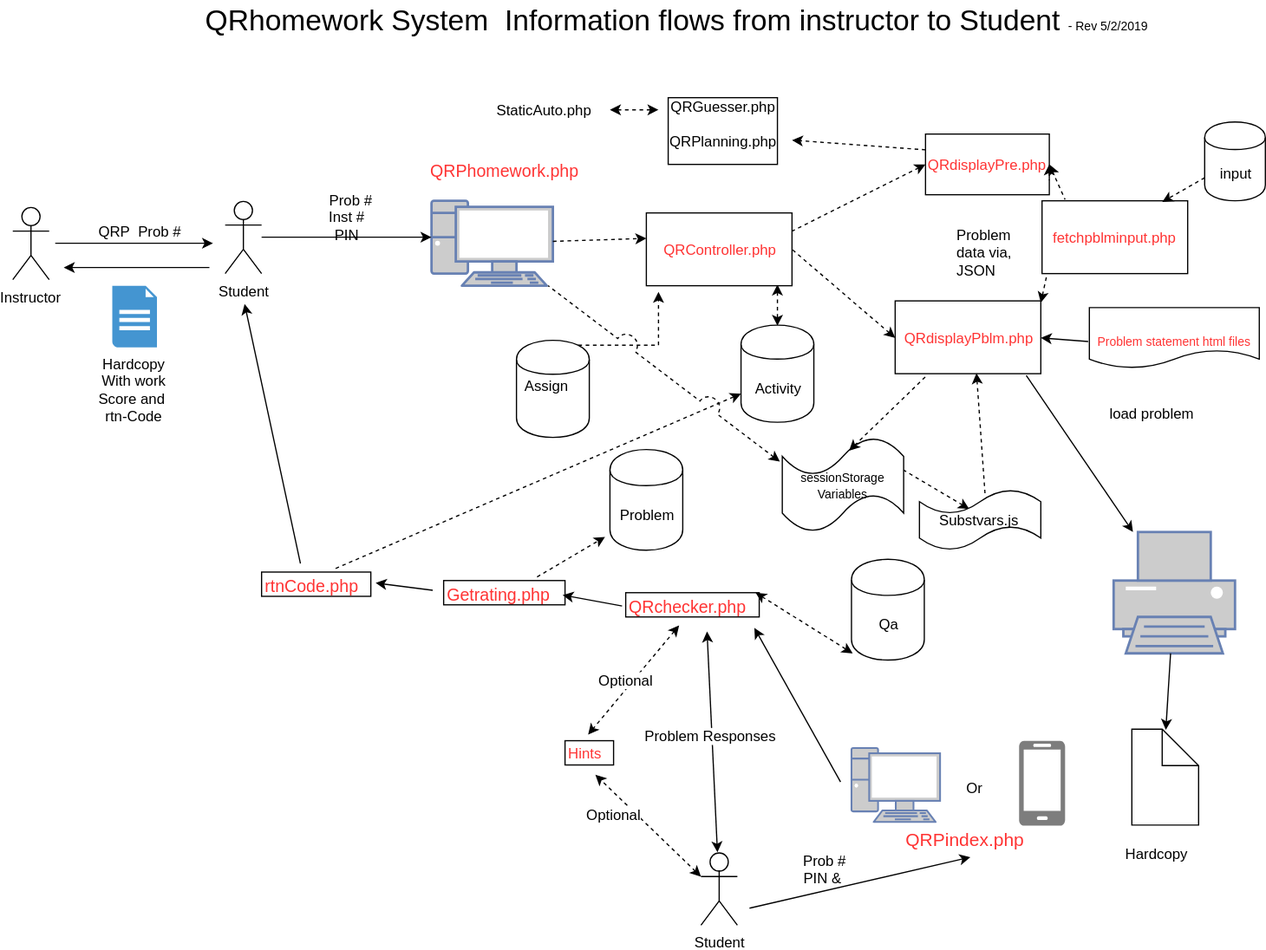
The draw.io diagram Documentation/QRproblem flow.svg in gwagnerj/QRP, before a commit. Source tidied: cells renumbered, new cells last; positions are measured from the earlier drawing's top-left corner, leaving out a move shared by most shapes.
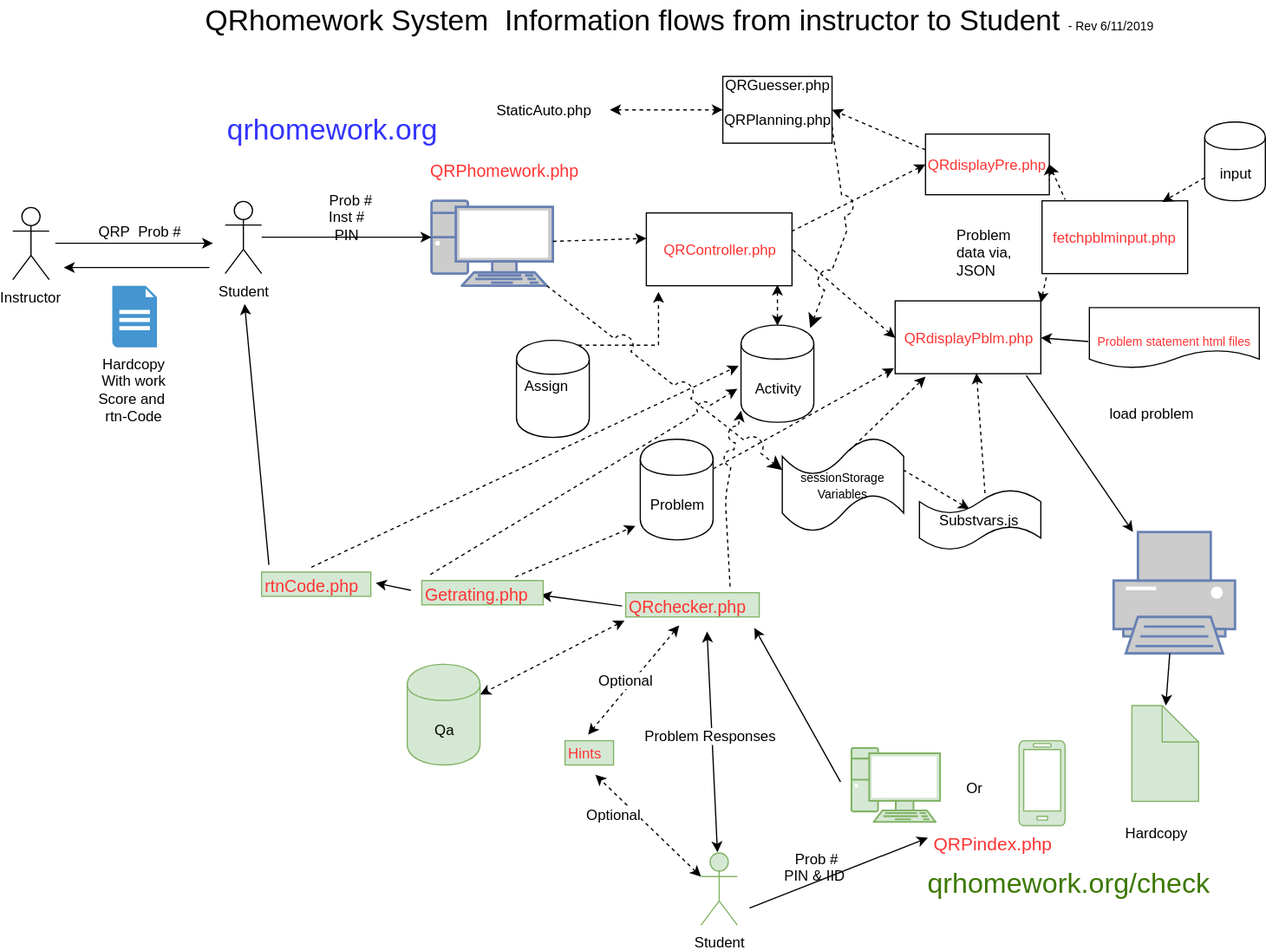
The same diagram one commit later.

Commit message:
Updated Homework system drawing

Change to the diagram source:
```diff
@@ -66,33 +66,30 @@
       <mxGeometry x="907" y="438" width="100" height="100" as="geometry" />
     </mxCell>
     <mxCell id="19" value="Hardcopy" style="text;html=1;align=left;verticalAlign=top;spacingTop=-4;" parent="1" vertex="1">
-      <mxGeometry x="914.5" y="694" width="70" height="20" as="geometry" />
+      <mxGeometry x="914.5" y="677" width="70" height="20" as="geometry" />
     </mxCell>
-    <mxCell id="20" style="shape=note;whiteSpace=wrap;html=1;backgroundOutline=1;" parent="1" vertex="1">
-      <mxGeometry x="922" y="600.5" width="55" height="79" as="geometry" />
+    <mxCell id="20" style="shape=note;whiteSpace=wrap;html=1;backgroundOutline=1;fillColor=#d5e8d4;strokeColor=#82b366;" parent="1" vertex="1">
+      <mxGeometry x="922" y="581" width="55" height="79" as="geometry" />
     </mxCell>
-    <mxCell id="21" style="shadow=0;dashed=0;html=1;strokeColor=none;labelPosition=center;verticalLabelPosition=bottom;verticalAlign=top;align=center;shape=mxgraph.azure.mobile;fillColor=#7D7D7D;" parent="1" vertex="1">
+    <mxCell id="21" style="shadow=0;dashed=0;html=1;strokeColor=#82b366;labelPosition=center;verticalLabelPosition=bottom;verticalAlign=top;align=center;shape=mxgraph.azure.mobile;fillColor=#d5e8d4;" parent="1" vertex="1">
       <mxGeometry x="829" y="610" width="38" height="70" as="geometry" />
     </mxCell>
-    <mxCell id="22" style="fontColor=#0066CC;verticalAlign=top;verticalLabelPosition=bottom;labelPosition=center;align=center;html=1;fillColor=#CCCCCC;strokeColor=#6881B3;gradientColor=none;gradientDirection=north;strokeWidth=2;shape=mxgraph.networks.pc;" parent="1" vertex="1">
+    <mxCell id="22" style="verticalAlign=top;verticalLabelPosition=bottom;labelPosition=center;align=center;html=1;fillColor=#d5e8d4;strokeColor=#82b366;gradientDirection=north;strokeWidth=2;shape=mxgraph.networks.pc;" parent="1" vertex="1">
       <mxGeometry x="691" y="616" width="73" height="61" as="geometry" />
     </mxCell>
     <mxCell id="23" value="Or" style="text;html=1;align=left;verticalAlign=top;spacingTop=-4;" parent="1" vertex="1">
       <mxGeometry x="784" y="640" width="30" height="20" as="geometry" />
     </mxCell>
-    <mxCell id="24" value="&lt;font style=&quot;font-size: 15px&quot; color=&quot;#ff3333&quot;&gt;QRPindex.php&lt;/font&gt;" style="text;html=1;points=[];align=left;verticalAlign=top;spacingTop=-4;" parent="1" vertex="1">
-      <mxGeometry x="734" y="680" width="110" height="20" as="geometry" />
-    </mxCell>
-    <mxCell id="25" value="&amp;nbsp;Prob #&lt;br&gt;PIN &amp;amp;" style="text;html=1;strokeColor=none;fillColor=none;align=center;verticalAlign=middle;whiteSpace=wrap;rounded=0;" parent="1" vertex="1">
-      <mxGeometry x="644" y="704" width="47" height="23" as="geometry" />
+    <mxCell id="25" value="&amp;nbsp;Prob #&lt;br&gt;PIN &amp;amp; IID" style="text;html=1;strokeColor=none;fillColor=none;align=center;verticalAlign=middle;whiteSpace=wrap;rounded=0;" parent="1" vertex="1">
+      <mxGeometry x="600" y="702" width="120" height="23" as="geometry" />
     </mxCell>
-    <mxCell id="26" value="&lt;font style=&quot;font-size: 14px&quot; color=&quot;#ff3333&quot;&gt;QRchecker.php&lt;/font&gt;" style="text;html=1;points=[];align=left;verticalAlign=top;spacingTop=-4;strokeColor=#000000;strokeWidth=1;" parent="1" vertex="1">
+    <mxCell id="26" value="&lt;font style=&quot;font-size: 14px&quot; color=&quot;#ff3333&quot;&gt;QRchecker.php&lt;/font&gt;" style="text;html=1;points=[];align=left;verticalAlign=top;spacingTop=-4;strokeColor=#82b366;strokeWidth=1;fillColor=#d5e8d4;" parent="1" vertex="1">
       <mxGeometry x="505" y="488" width="110" height="20" as="geometry" />
     </mxCell>
-    <mxCell id="27" value="&lt;font style=&quot;font-size: 14px&quot; color=&quot;#ff3333&quot;&gt;rtnCode.php&lt;/font&gt;" style="text;html=1;points=[];align=left;verticalAlign=top;spacingTop=-4;strokeColor=#000000;strokeWidth=1;" parent="1" vertex="1">
+    <mxCell id="27" value="&lt;font style=&quot;font-size: 14px&quot; color=&quot;#ff3333&quot;&gt;rtnCode.php&lt;/font&gt;" style="text;html=1;points=[];align=left;verticalAlign=top;spacingTop=-4;strokeColor=#82b366;strokeWidth=1;fillColor=#d5e8d4;" parent="1" vertex="1">
       <mxGeometry x="205" y="471" width="90" height="20" as="geometry" />
     </mxCell>
-    <mxCell id="28" value="&lt;font color=&quot;#ff3333&quot;&gt;Hints&lt;/font&gt;" style="text;html=1;points=[];align=left;verticalAlign=top;spacingTop=-4;strokeColor=#000000;" parent="1" vertex="1">
+    <mxCell id="28" value="&lt;font color=&quot;#ff3333&quot;&gt;Hints&lt;/font&gt;" style="text;html=1;points=[];align=left;verticalAlign=top;spacingTop=-4;strokeColor=#82b366;fillColor=#d5e8d4;" parent="1" vertex="1">
       <mxGeometry x="455" y="610" width="40" height="20" as="geometry" />
     </mxCell>
     <mxCell id="29" style="endArrow=classic;startArrow=classic;html=1;exitX=0.4;exitY=1.35;exitPerimeter=0;dashed=1;entryX=0.475;entryY=-0.25;entryDx=0;entryDy=0;entryPerimeter=0;" parent="1" edge="1" source="26" target="28">
@@ -118,7 +115,7 @@
     <mxCell id="35" value="load problem" style="text;html=1;align=left;verticalAlign=top;spacingTop=-4;" parent="1" vertex="1">
       <mxGeometry x="902" y="330.5" width="80" height="20" as="geometry" />
     </mxCell>
-    <mxCell id="36" style="endArrow=classic;html=1;exitX=0.356;exitY=-0.35;exitDx=0;exitDy=0;exitPerimeter=0;" parent="1" edge="1" source="27">
+    <mxCell id="36" style="endArrow=classic;html=1;exitX=0.067;exitY=-0.3;exitDx=0;exitDy=0;exitPerimeter=0;" parent="1" edge="1" source="27">
       <mxGeometry relative="1" as="geometry">
         <mxPoint x="191" y="250" as="targetPoint" />
       </mxGeometry>
@@ -134,10 +131,8 @@
         <mxPoint x="682" y="644" as="sourcePoint" />
       </mxGeometry>
     </mxCell>
-    <mxCell id="39" style="endArrow=classic;startArrow=classic;html=1;entryX=0.017;entryY=0.928;entryDx=0;entryDy=0;dashed=1;entryPerimeter=0;" parent="1" edge="1" target="57">
-      <mxGeometry relative="1" as="geometry">
-        <mxPoint x="612" y="488" as="sourcePoint" />
-      </mxGeometry>
+    <mxCell id="39" style="endArrow=classic;startArrow=classic;html=1;entryX=1;entryY=0.3;entryDx=0;entryDy=0;dashed=1;exitX=-0.005;exitY=1.15;exitDx=0;exitDy=0;exitPerimeter=0;" parent="1" edge="1" source="26" target="57">
+      <mxGeometry relative="1" as="geometry" />
     </mxCell>
     <mxCell id="40" style="endArrow=classic;html=1;startArrow=classic;startFill=1;" parent="1" edge="1" source="72">
       <mxGeometry relative="1" as="geometry">
@@ -162,7 +157,7 @@
     <mxCell id="46" style="edgeStyle=none;rounded=0;jettySize=auto;html=1;exitX=1;exitY=0.025;exitDx=0;exitDy=0;entryX=0.033;entryY=1.017;entryDx=0;entryDy=0;entryPerimeter=0;dashed=1;startArrow=classic;startFill=1;endArrow=none;endFill=0;exitPerimeter=0;" parent="1" edge="1" source="49" target="32">
       <mxGeometry relative="1" as="geometry" />
     </mxCell>
-    <mxCell id="47" style="edgeStyle=none;rounded=0;jettySize=auto;html=1;exitX=0;exitY=0.5;exitDx=0;exitDy=0;entryX=1;entryY=0.5;entryDx=0;entryDy=0;dashed=1;startArrow=classic;startFill=1;endArrow=none;endFill=0;" parent="1" edge="1" source="49" target="44">
+    <mxCell id="47" style="edgeStyle=none;rounded=0;jettySize=auto;html=1;exitX=0;exitY=0.5;exitDx=0;exitDy=0;entryX=1;entryY=0.5;entryDx=0;entryDy=0;dashed=1;startArrow=classic;startFill=1;endArrow=none;endFill=0;jumpStyle=arc;jumpSize=10;" parent="1" edge="1" source="49" target="44">
       <mxGeometry relative="1" as="geometry" />
     </mxCell>
     <mxCell id="48" style="rounded=0;jettySize=auto;html=1;exitX=1;exitY=0.5;exitDx=0;exitDy=0;startArrow=classic;startFill=1;endArrow=none;endFill=0;entryX=-0.043;entryY=0.35;entryDx=0;entryDy=0;entryPerimeter=0;" parent="1" edge="1" source="49" target="11">
@@ -171,16 +166,14 @@
     <mxCell id="49" value="&lt;span&gt;&lt;font color=&quot;#ff3333&quot;&gt;QRdisplayPblm.php&lt;/font&gt;&lt;/span&gt;&lt;br&gt;" style="rounded=0;whiteSpace=wrap;html=1;" parent="1" vertex="1">
       <mxGeometry x="727" y="247.5" width="120" height="60" as="geometry" />
     </mxCell>
-    <mxCell id="50" style="edgeStyle=none;rounded=0;jettySize=auto;html=1;exitX=0;exitY=0.5;exitDx=0;exitDy=0;entryX=1;entryY=0.25;entryDx=0;entryDy=0;dashed=1;startArrow=classic;startFill=1;endArrow=none;endFill=0;" parent="1" edge="1" source="53" target="44">
+    <mxCell id="50" style="edgeStyle=none;rounded=0;jettySize=auto;html=1;exitX=0;exitY=0.5;exitDx=0;exitDy=0;entryX=1;entryY=0.25;entryDx=0;entryDy=0;dashed=1;startArrow=classic;startFill=1;endArrow=none;endFill=0;jumpStyle=arc;jumpSize=15;" parent="1" edge="1" source="53" target="44">
       <mxGeometry relative="1" as="geometry" />
     </mxCell>
     <mxCell id="51" style="edgeStyle=none;rounded=0;jettySize=auto;html=1;exitX=1;exitY=0.5;exitDx=0;exitDy=0;entryX=0.158;entryY=-0.017;entryDx=0;entryDy=0;entryPerimeter=0;dashed=1;startArrow=classic;startFill=1;endArrow=none;endFill=0;" parent="1" edge="1" source="53" target="32">
       <mxGeometry relative="1" as="geometry" />
     </mxCell>
-    <mxCell id="52" style="edgeStyle=none;rounded=0;jettySize=auto;html=1;exitX=0;exitY=0.25;exitDx=0;exitDy=0;dashed=1;startArrow=none;startFill=0;endArrow=classic;endFill=1;" parent="1" edge="1" source="53">
-      <mxGeometry relative="1" as="geometry">
-        <mxPoint x="642" y="115" as="targetPoint" />
-      </mxGeometry>
+    <mxCell id="52" style="edgeStyle=none;rounded=0;jettySize=auto;html=1;exitX=0;exitY=0.25;exitDx=0;exitDy=0;dashed=1;startArrow=none;startFill=0;endArrow=classic;endFill=1;entryX=1;entryY=0.5;entryDx=0;entryDy=0;" parent="1" edge="1" source="53" target="63">
+      <mxGeometry relative="1" as="geometry" />
     </mxCell>
     <mxCell id="53" value="&lt;span&gt;&lt;font color=&quot;#ff3333&quot;&gt;QRdisplayPre.php&lt;/font&gt;&lt;/span&gt;&lt;br&gt;" style="rounded=0;whiteSpace=wrap;html=1;" parent="1" vertex="1">
       <mxGeometry x="752" y="110" width="102" height="50" as="geometry" />
@@ -194,34 +187,32 @@
     <mxCell id="56" value="input" style="shape=cylinder;whiteSpace=wrap;html=1;boundedLbl=1;backgroundOutline=1;" parent="1" vertex="1">
       <mxGeometry x="982" y="100" width="50" height="65" as="geometry" />
     </mxCell>
-    <mxCell id="57" value="Qa" style="shape=cylinder;whiteSpace=wrap;html=1;boundedLbl=1;backgroundOutline=1;" parent="1" vertex="1">
-      <mxGeometry x="691" y="460.5" width="60" height="83" as="geometry" />
+    <mxCell id="57" value="Qa" style="shape=cylinder;whiteSpace=wrap;html=1;boundedLbl=1;backgroundOutline=1;fillColor=#d5e8d4;strokeColor=#82b366;" parent="1" vertex="1">
+      <mxGeometry x="325" y="547" width="60" height="83" as="geometry" />
     </mxCell>
-    <mxCell id="58" value="&lt;font style=&quot;font-size: 14px&quot; color=&quot;#ff3333&quot;&gt;Getrating.php&lt;/font&gt;" style="text;html=1;points=[];align=left;verticalAlign=top;spacingTop=-4;strokeColor=#000000;strokeWidth=1;" parent="1" vertex="1">
-      <mxGeometry x="355" y="478" width="100" height="20" as="geometry" />
+    <mxCell id="58" value="&lt;font style=&quot;font-size: 14px&quot; color=&quot;#ff3333&quot;&gt;Getrating.php&lt;/font&gt;" style="text;html=1;points=[];align=left;verticalAlign=top;spacingTop=-4;strokeColor=#82b366;strokeWidth=1;fillColor=#d5e8d4;" parent="1" vertex="1">
+      <mxGeometry x="337" y="478" width="100" height="20" as="geometry" />
     </mxCell>
     <mxCell id="59" style="endArrow=classic;html=1;entryX=1.044;entryY=0.45;entryDx=0;entryDy=0;entryPerimeter=0;exitX=-0.089;exitY=0.4;exitDx=0;exitDy=0;exitPerimeter=0;" parent="1" edge="1" source="58" target="27">
       <mxGeometry relative="1" as="geometry" />
     </mxCell>
     <mxCell id="60" value="Problem" style="shape=cylinder;whiteSpace=wrap;html=1;boundedLbl=1;backgroundOutline=1;" parent="1" vertex="1">
-      <mxGeometry x="492" y="370" width="60" height="83" as="geometry" />
+      <mxGeometry x="517" y="361.5" width="60" height="83" as="geometry" />
     </mxCell>
     <mxCell id="61" style="endArrow=classic;html=1;dashed=1;exitX=0.77;exitY=-0.15;exitDx=0;exitDy=0;exitPerimeter=0;entryX=-0.067;entryY=0.867;entryDx=0;entryDy=0;entryPerimeter=0;" parent="1" edge="1" source="58" target="60">
       <mxGeometry relative="1" as="geometry" />
     </mxCell>
-    <mxCell id="62" style="endArrow=classic;html=1;dashed=1;exitX=0.678;exitY=-0.15;exitDx=0;exitDy=0;exitPerimeter=0;entryX=0;entryY=0.7;entryDx=0;entryDy=0;" parent="1" edge="1" source="27" target="45">
+    <mxCell id="62" style="endArrow=classic;html=1;dashed=1;exitX=0.456;exitY=-0.2;exitDx=0;exitDy=0;exitPerimeter=0;entryX=-0.033;entryY=0.419;entryDx=0;entryDy=0;entryPerimeter=0;" parent="1" edge="1" source="27" target="45">
       <mxGeometry relative="1" as="geometry" />
     </mxCell>
     <mxCell id="63" value="QRGuesser.php&lt;br&gt;&lt;br&gt;QRPlanning.php&lt;br&gt;&lt;br&gt;" style="text;html=1;strokeColor=#000000;fillColor=none;align=center;verticalAlign=middle;whiteSpace=wrap;rounded=0;" parent="1" vertex="1">
-      <mxGeometry x="540" y="80" width="90" height="55" as="geometry" />
+      <mxGeometry x="585" y="62.5" width="90" height="55" as="geometry" />
     </mxCell>
     <mxCell id="64" value="StaticAuto.php" style="text;html=1;strokeColor=none;fillColor=none;align=center;verticalAlign=middle;whiteSpace=wrap;rounded=0;" parent="1" vertex="1">
       <mxGeometry x="382" y="80" width="110" height="20" as="geometry" />
     </mxCell>
-    <mxCell id="65" style="edgeStyle=orthogonalEdgeStyle;rounded=0;jettySize=auto;html=1;dashed=1;startArrow=classic;startFill=1;" parent="1" edge="1" source="64">
-      <mxGeometry relative="1" as="geometry">
-        <mxPoint x="532" y="90" as="targetPoint" />
-      </mxGeometry>
+    <mxCell id="65" style="edgeStyle=orthogonalEdgeStyle;rounded=0;jettySize=auto;html=1;dashed=1;startArrow=classic;startFill=1;entryX=0;entryY=0.5;entryDx=0;entryDy=0;exitX=1;exitY=0.5;exitDx=0;exitDy=0;" parent="1" edge="1" source="64" target="63">
+      <mxGeometry relative="1" as="geometry" />
     </mxCell>
     <mxCell id="66" value="Substvars.js&amp;nbsp;" style="shape=tape;whiteSpace=wrap;html=1;" parent="1" vertex="1">
       <mxGeometry x="747" y="403" width="100" height="50" as="geometry" />
@@ -229,12 +220,7 @@
     <mxCell id="67" style="endArrow=none;html=1;dashed=1;exitX=0.558;exitY=0.992;exitDx=0;exitDy=0;exitPerimeter=0;startArrow=classic;startFill=1;endFill=0;entryX=0.54;entryY=0.05;entryDx=0;entryDy=0;entryPerimeter=0;" parent="1" edge="1" source="49" target="66">
       <mxGeometry relative="1" as="geometry" />
     </mxCell>
-    <mxCell id="68" style="endArrow=none;html=1;dashed=1;startArrow=classic;startFill=1;endFill=0;jumpStyle=arc;jumpSize=18;" parent="1" edge="1" target="6">
-      <mxGeometry relative="1" as="geometry">
-        <mxPoint x="632" y="380" as="sourcePoint" />
-      </mxGeometry>
-    </mxCell>
-    <mxCell id="69" style="endArrow=none;html=1;dashed=1;exitX=0.55;exitY=0.141;exitDx=0;exitDy=0;exitPerimeter=0;startArrow=classic;startFill=1;endFill=0;" parent="1" edge="1" source="17">
+    <mxCell id="69" style="endArrow=classic;html=1;dashed=1;exitX=0.55;exitY=0.141;exitDx=0;exitDy=0;exitPerimeter=0;startArrow=none;startFill=0;endFill=1;" parent="1" edge="1" source="17">
       <mxGeometry relative="1" as="geometry">
         <mxPoint x="752" y="310" as="targetPoint" />
       </mxGeometry>
@@ -242,13 +228,13 @@
     <mxCell id="70" style="rounded=0;jettySize=auto;html=1;startArrow=classic;startFill=1;endArrow=none;endFill=0;entryX=0.9;entryY=1.025;entryDx=0;entryDy=0;entryPerimeter=0;" parent="1" edge="1" source="18" target="49">
       <mxGeometry relative="1" as="geometry" />
     </mxCell>
-    <mxCell id="71" value="&lt;font style=&quot;font-size: 24px&quot;&gt;&lt;font&gt;QRhomework System&amp;nbsp; Information flows from instructor to Student&lt;/font&gt;&lt;font&gt; &lt;/font&gt;&lt;/font&gt;&lt;font style=&quot;font-size: 10px&quot;&gt;- Rev 5/2/2019&lt;/font&gt;" style="text;html=1;align=left;verticalAlign=top;spacingTop=-4;" parent="1" vertex="1">
-      <mxGeometry x="157" width="790" height="20" as="geometry" />
+    <mxCell id="71" value="&lt;font style=&quot;font-size: 24px&quot;&gt;&lt;font&gt;QRhomework System&amp;nbsp; Information flows from instructor to Student&lt;/font&gt;&lt;font&gt; &lt;/font&gt;&lt;/font&gt;&lt;font style=&quot;font-size: 10px&quot;&gt;- Rev 6/11/2019&lt;/font&gt;" style="text;html=1;align=left;verticalAlign=top;spacingTop=-4;" parent="1" vertex="1">
+      <mxGeometry x="157" width="800" height="20" as="geometry" />
     </mxCell>
-    <mxCell id="72" value="Student" style="shape=umlActor;verticalLabelPosition=bottom;labelBackgroundColor=#ffffff;verticalAlign=top;html=1;outlineConnect=0;" parent="1" vertex="1">
+    <mxCell id="72" value="Student" style="shape=umlActor;verticalLabelPosition=bottom;labelBackgroundColor=#ffffff;verticalAlign=top;html=1;outlineConnect=0;fillColor=#d5e8d4;strokeColor=#82b366;" parent="1" vertex="1">
       <mxGeometry x="567" y="702" width="30" height="60" as="geometry" />
     </mxCell>
-    <mxCell id="73" style="endArrow=classic;html=1;entryX=0.5;entryY=1.3;entryDx=0;entryDy=0;entryPerimeter=0;" parent="1" edge="1" target="24">
+    <mxCell id="73" style="endArrow=classic;html=1;entryX=-0.027;entryY=0.3;entryDx=0;entryDy=0;entryPerimeter=0;" parent="1" edge="1" target="24">
       <mxGeometry relative="1" as="geometry">
         <mxPoint x="607" y="748" as="sourcePoint" />
       </mxGeometry>
@@ -261,5 +247,40 @@
         <mxPoint x="-13" y="-14" as="offset" />
       </mxGeometry>
     </mxCell>
+    <mxCell id="76" style="endArrow=classic;html=1;dashed=1;exitX=1;exitY=0.3;exitDx=0;exitDy=0;entryX=-0.008;entryY=0.917;entryDx=0;entryDy=0;entryPerimeter=0;" parent="1" edge="1" source="60" target="49">
+      <mxGeometry relative="1" as="geometry" />
+    </mxCell>
+    <mxCell id="77" style="endArrow=classic;html=1;dashed=1;exitX=0.95;exitY=1;exitDx=0;exitDy=0;exitPerimeter=0;entryX=0;entryY=0.35;entryDx=0;entryDy=0;entryPerimeter=0;jumpStyle=arc;jumpSize=17;endSize=9;" parent="1" edge="1" source="6" target="17">
+      <mxGeometry relative="1" as="geometry" />
+    </mxCell>
+    <mxCell id="78" style="endArrow=classic;html=1;dashed=1;exitX=1;exitY=0.75;exitDx=0;exitDy=0;jumpStyle=arc;jumpSize=17;endSize=9;strokeColor=#000000;strokeWidth=1;rounded=0;" parent="1" edge="1" source="63">
+      <mxGeometry relative="1" as="geometry">
+        <mxPoint x="657" y="270" as="targetPoint" />
+        <Array as="points">
+          <mxPoint x="687" y="190" />
+        </Array>
+      </mxGeometry>
+    </mxCell>
+    <mxCell id="79" value="&lt;font style=&quot;font-size: 23px&quot; color=&quot;#3c7800&quot;&gt;qrhomework.org/check&lt;/font&gt;" style="text;html=1;align=left;verticalAlign=top;spacingTop=-4;rounded=1;arcSize=0;strokeColor=none;strokeWidth=3;perimeterSpacing=2;fillColor=none;" parent="1" vertex="1">
+      <mxGeometry x="752" y="712" width="250" height="20" as="geometry" />
+    </mxCell>
+    <mxCell id="24" value="&lt;font style=&quot;font-size: 15px&quot; color=&quot;#ff3333&quot;&gt;QRPindex.php&lt;/font&gt;" style="text;html=1;points=[];align=left;verticalAlign=top;spacingTop=-4;" parent="1" vertex="1">
+      <mxGeometry x="757" y="684" width="110" height="20" as="geometry" />
+    </mxCell>
+    <mxCell id="80" value="&lt;font style=&quot;font-size: 24px&quot; color=&quot;#3333ff&quot;&gt;qrhomework.org&lt;/font&gt;" style="text;html=1;align=left;verticalAlign=top;spacingTop=-4;rounded=1;arcSize=0;" parent="1" vertex="1">
+      <mxGeometry x="175" y="90" width="190" height="20" as="geometry" />
+    </mxCell>
+    <mxCell id="81" style="endArrow=classic;html=1;dashed=1;exitX=0.07;exitY=-0.25;exitDx=0;exitDy=0;exitPerimeter=0;jumpStyle=arc;jumpSize=12;" parent="1" edge="1" source="58">
+      <mxGeometry relative="1" as="geometry">
+        <mxPoint x="597" y="320" as="targetPoint" />
+      </mxGeometry>
+    </mxCell>
+    <mxCell id="82" style="endArrow=classic;html=1;dashed=1;exitX=0.782;exitY=-0.25;exitDx=0;exitDy=0;exitPerimeter=0;entryX=0;entryY=0.881;entryDx=0;entryDy=0;entryPerimeter=0;jumpStyle=arc;jumpSize=14;" parent="1" edge="1" source="26" target="45">
+      <mxGeometry relative="1" as="geometry">
+        <Array as="points">
+          <mxPoint x="587" y="410" />
+        </Array>
+      </mxGeometry>
+    </mxCell>
   </root>
 </mxGraphModel>
```
